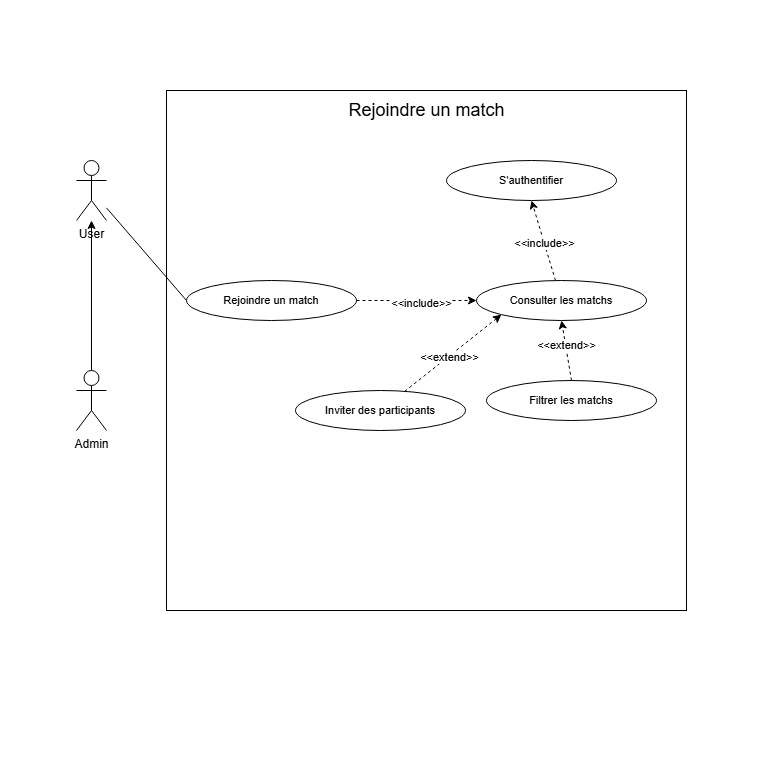
This is Diagram use case Rejoindre un match.drawio.png from Mathistrg/Styx, a draw.io export, as it was before one commit. Source tidied: cells renumbered, new cells last; positions are measured from the earlier drawing's top-left corner, leaving out a move shared by most shapes.
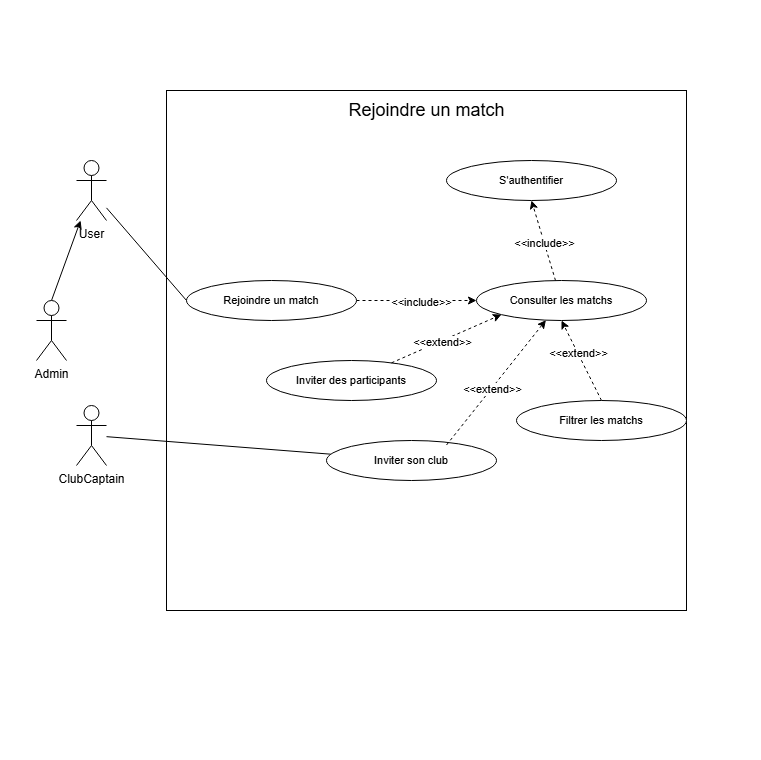
Above is the later version.

Commit message:
Mettre à jour Diagram use case Rejoindre un match.drawio.png

The edit, as a diff of the source:
```diff
@@ -36,7 +36,7 @@
       <mxGeometry x="186" y="280" width="170" height="40" as="geometry" />
     </mxCell>
     <mxCell id="13" value="Admin" style="shape=umlActor;verticalLabelPosition=bottom;verticalAlign=top;html=1;outlineConnect=0;" parent="1" vertex="1">
-      <mxGeometry x="76" y="370" width="30" height="60" as="geometry" />
+      <mxGeometry x="36" y="300" width="30" height="60" as="geometry" />
     </mxCell>
     <mxCell id="14" value="S'authentifier" style="ellipse;whiteSpace=wrap;html=1;fontFamily=Helvetica;fontSize=11;fontColor=default;labelBackgroundColor=default;" parent="1" vertex="1">
       <mxGeometry x="446" y="160" width="170" height="40" as="geometry" />
@@ -51,10 +51,10 @@
       <mxGeometry x="476" y="280" width="170" height="40" as="geometry" />
     </mxCell>
     <mxCell id="18" value="Filtrer les matchs" style="ellipse;whiteSpace=wrap;html=1;fontFamily=Helvetica;fontSize=11;fontColor=default;labelBackgroundColor=default;" parent="1" vertex="1">
-      <mxGeometry x="486" y="380" width="170" height="40" as="geometry" />
+      <mxGeometry x="516" y="400" width="170" height="40" as="geometry" />
     </mxCell>
     <mxCell id="19" value="Inviter des participants" style="ellipse;whiteSpace=wrap;html=1;fontFamily=Helvetica;fontSize=11;fontColor=default;labelBackgroundColor=default;" parent="1" vertex="1">
-      <mxGeometry x="295" y="390" width="170" height="40" as="geometry" />
+      <mxGeometry x="266" y="360" width="170" height="40" as="geometry" />
     </mxCell>
     <mxCell id="20" style="edgeStyle=none;shape=connector;rounded=0;jettySize=auto;html=1;entryX=0;entryY=1;entryDx=0;entryDy=0;dashed=1;strokeColor=default;align=center;verticalAlign=middle;fontFamily=Helvetica;fontSize=11;fontColor=default;labelBackgroundColor=default;endArrow=classic;endFill=1;" parent="1" edge="1" source="19" target="17">
       <mxGeometry relative="1" as="geometry" />
@@ -64,5 +64,22 @@
         <mxPoint y="1" as="offset" />
       </mxGeometry>
     </mxCell>
+    <mxCell id="22" value="ClubCaptain" style="shape=umlActor;verticalLabelPosition=bottom;verticalAlign=top;html=1;outlineConnect=0;" parent="1" vertex="1">
+      <mxGeometry x="76" y="405" width="30" height="60" as="geometry" />
+    </mxCell>
+    <mxCell id="23" style="edgeStyle=none;shape=connector;rounded=0;jettySize=auto;html=1;strokeColor=default;align=center;verticalAlign=middle;fontFamily=Helvetica;fontSize=11;fontColor=default;labelBackgroundColor=default;endArrow=none;endFill=0;" parent="1" edge="1" source="22" target="24">
+      <mxGeometry relative="1" as="geometry" />
+    </mxCell>
+    <mxCell id="24" value="Inviter son club" style="ellipse;whiteSpace=wrap;html=1;fontFamily=Helvetica;fontSize=11;fontColor=default;labelBackgroundColor=default;" parent="1" vertex="1">
+      <mxGeometry x="326" y="440" width="170" height="40" as="geometry" />
+    </mxCell>
+    <mxCell id="25" style="edgeStyle=none;shape=connector;rounded=0;jettySize=auto;html=1;dashed=1;strokeColor=default;align=center;verticalAlign=middle;fontFamily=Helvetica;fontSize=11;fontColor=default;labelBackgroundColor=default;endArrow=classic;endFill=1;exitX=0.706;exitY=0.113;exitDx=0;exitDy=0;exitPerimeter=0;" parent="1" edge="1" source="24" target="17">
+      <mxGeometry relative="1" as="geometry" />
+    </mxCell>
+    <mxCell id="26" value="&amp;lt;&amp;lt;extend&amp;gt;&amp;gt;" style="edgeLabel;html=1;align=center;verticalAlign=middle;fontFamily=Helvetica;fontSize=11;fontColor=default;labelBackgroundColor=default;" parent="25" vertex="1">
+      <mxGeometry x="-0.08" relative="1" as="geometry">
+        <mxPoint y="1" as="offset" />
+      </mxGeometry>
+    </mxCell>
   </root>
 </mxGraphModel>
```
